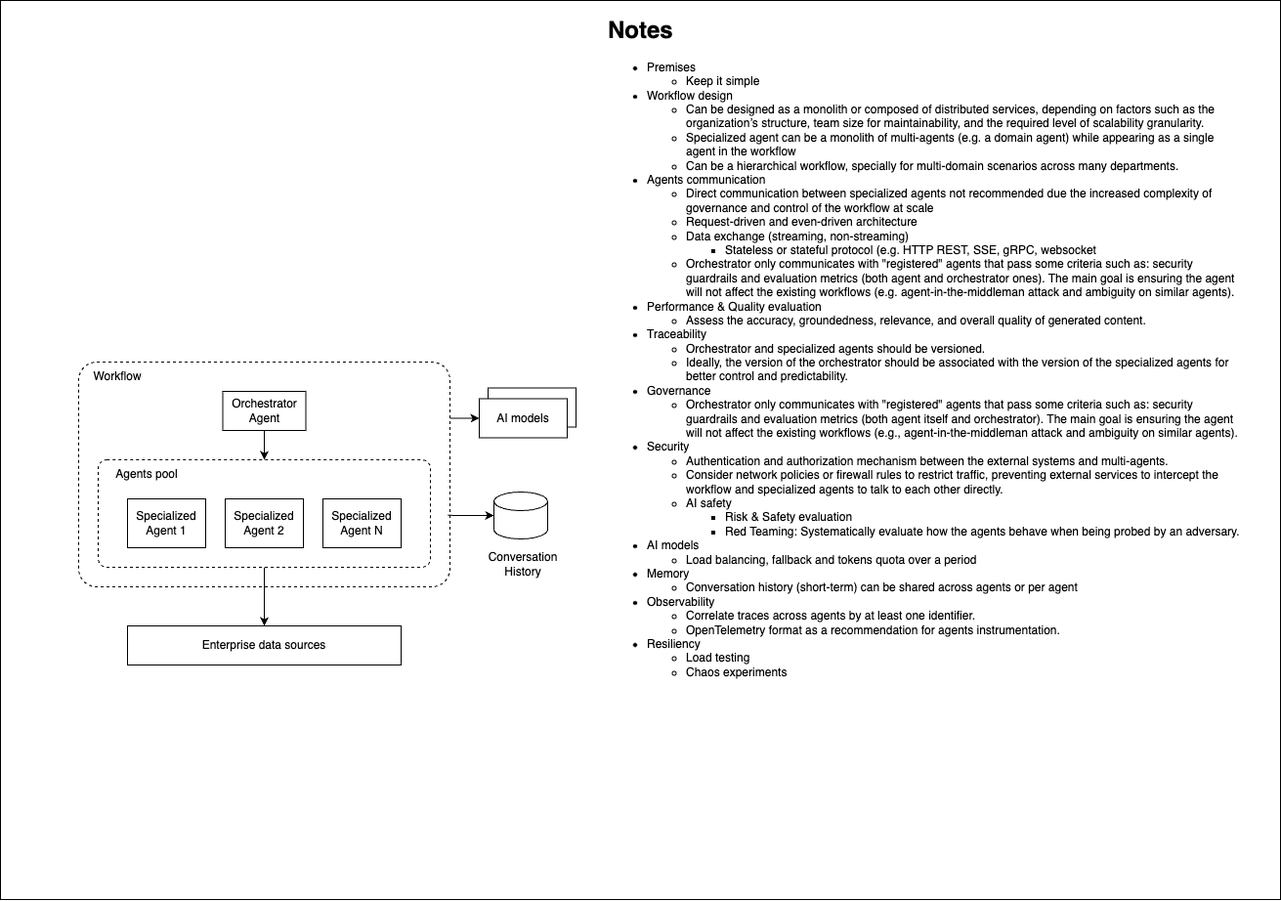
microsoft/multi-agent-reference-architecture keeps this draw.io diagram as docs/brainstorming.drawio.png. Above is the earlier version. Source tidied: cells renumbered, new cells last; positions are measured from the earlier drawing's top-left corner, leaving out a move shared by most shapes.
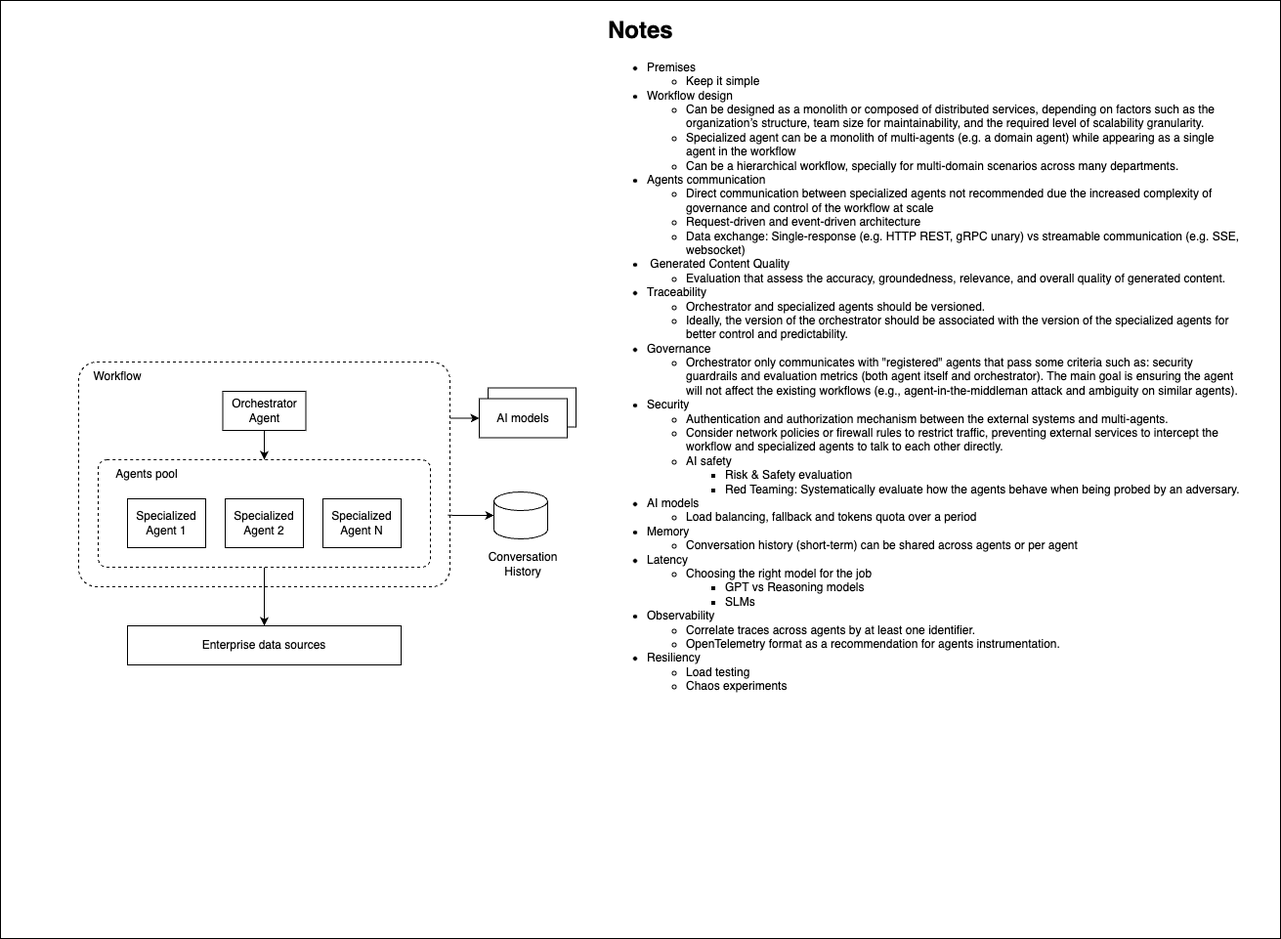
Above is the later version.

Commit message:
docs: brainstorming notes updated

What changed in the source:
```diff
@@ -3,7 +3,7 @@
     <mxCell id="0" />
     <mxCell id="1" parent="0" />
     <mxCell id="2" style="rounded=0;whiteSpace=wrap;html=1;" parent="1" vertex="1">
-      <mxGeometry width="1310" height="920" as="geometry" />
+      <mxGeometry width="1310" height="960" as="geometry" />
     </mxCell>
     <mxCell id="3" style="rounded=0;whiteSpace=wrap;html=1;" parent="1" vertex="1">
       <mxGeometry x="499" y="396.5" width="90" height="40" as="geometry" />
@@ -35,8 +35,8 @@
     <mxCell id="12" value="Agents pool" style="text;html=1;align=center;verticalAlign=middle;whiteSpace=wrap;rounded=0;" parent="1" vertex="1">
       <mxGeometry x="110" y="470" width="80" height="30" as="geometry" />
     </mxCell>
-    <mxCell id="13" value="&lt;h1 style=&quot;margin-top: 0px;&quot;&gt;&lt;font style=&quot;color: light-dark(rgb(0, 0, 0), rgb(255, 255, 255));&quot;&gt;Notes&lt;/font&gt;&lt;/h1&gt;&lt;p&gt;&lt;/p&gt;&lt;ul&gt;&lt;li&gt;&lt;font style=&quot;color: light-dark(rgb(0, 0, 0), rgb(255, 255, 255));&quot;&gt;Premises&lt;/font&gt;&lt;/li&gt;&lt;ul&gt;&lt;li&gt;&lt;font style=&quot;color: light-dark(rgb(0, 0, 0), rgb(255, 255, 255));&quot;&gt;Keep it simple&lt;/font&gt;&lt;/li&gt;&lt;/ul&gt;&lt;li&gt;&lt;font style=&quot;color: light-dark(rgb(0, 0, 0), rgb(255, 255, 255));&quot;&gt;Workflow design&lt;/font&gt;&lt;/li&gt;&lt;ul&gt;&lt;li&gt;&lt;font style=&quot;color: light-dark(rgb(0, 0, 0), rgb(255, 255, 255));&quot;&gt;Can be designed as a monolith or composed of distributed services, depending on factors such as the organization’s structure, team size for maintainability, and the required level of scalability granularity.&lt;/font&gt;&lt;/li&gt;&lt;li&gt;&lt;font style=&quot;color: light-dark(rgb(0, 0, 0), rgb(255, 255, 255));&quot;&gt;Specialized agent can be a monolith of multi-agents (e.g. a domain agent) while appearing as a single agent in the workflow&lt;/font&gt;&lt;/li&gt;&lt;li&gt;&lt;span&gt;&lt;font style=&quot;color: light-dark(rgb(0, 0, 0), rgb(255, 255, 255));&quot;&gt;Can be a hierarchical workflow, specially for multi-domain scenarios across many departments.&lt;/font&gt;&lt;/span&gt;&lt;/li&gt;&lt;/ul&gt;&lt;li&gt;&lt;font style=&quot;color: light-dark(rgb(0, 0, 0), rgb(255, 255, 255));&quot;&gt;Agents communication&lt;/font&gt;&lt;/li&gt;&lt;ul&gt;&lt;li&gt;&lt;font style=&quot;color: light-dark(rgb(0, 0, 0), rgb(255, 255, 255));&quot;&gt;Direct communication between specialized agents not recommended due the increased complexity of governance and control of the workflow at scale&lt;/font&gt;&lt;/li&gt;&lt;li&gt;&lt;font style=&quot;color: light-dark(rgb(0, 0, 0), rgb(255, 255, 255));&quot;&gt;Request-driven and even-driven architecture&lt;/font&gt;&lt;/li&gt;&lt;li&gt;&lt;font style=&quot;color: light-dark(rgb(0, 0, 0), rgb(255, 255, 255));&quot;&gt;Data exchange (streaming, non-streaming)&lt;/font&gt;&lt;/li&gt;&lt;ul&gt;&lt;li&gt;&lt;font style=&quot;color: light-dark(rgb(0, 0, 0), rgb(255, 255, 255));&quot;&gt;Stateless or stateful protocol (e.g. HTTP REST, SSE, gRPC, websocket&lt;/font&gt;&lt;/li&gt;&lt;/ul&gt;&lt;li&gt;&lt;font style=&quot;color: light-dark(rgb(0, 0, 0), rgb(255, 255, 255));&quot;&gt;Orchestrator only communicates with &quot;registered&quot; agents that pass some criteria such as: security guardrails and evaluation metrics (both agent and orchestrator ones). The main goal is ensuring the agent will not affect the existing workflows (e.g. agent-in-the-middleman attack and ambiguity on similar agents).&lt;/font&gt;&lt;/li&gt;&lt;/ul&gt;&lt;li&gt;Performance &amp;amp; Quality evaluation&lt;/li&gt;&lt;ul&gt;&lt;li&gt;Assess the accuracy, groundedness, relevance, and overall quality of generated content.&lt;/li&gt;&lt;/ul&gt;&lt;li&gt;&lt;font style=&quot;color: light-dark(rgb(0, 0, 0), rgb(255, 255, 255));&quot;&gt;Traceability&lt;/font&gt;&lt;/li&gt;&lt;ul&gt;&lt;li&gt;&lt;font style=&quot;color: light-dark(rgb(0, 0, 0), rgb(255, 255, 255));&quot;&gt;Orchestrator and specialized agents should be versioned.&lt;/font&gt;&lt;/li&gt;&lt;li&gt;&lt;font style=&quot;color: light-dark(rgb(0, 0, 0), rgb(255, 255, 255));&quot;&gt;Ideally, the version of the orchestrator should be associated with the version of the specialized agents for better control and predictability.&lt;/font&gt;&lt;/li&gt;&lt;/ul&gt;&lt;li&gt;&lt;font style=&quot;color: light-dark(rgb(0, 0, 0), rgb(255, 255, 255));&quot;&gt;Governance&lt;/font&gt;&lt;/li&gt;&lt;ul&gt;&lt;li&gt;&lt;font style=&quot;color: light-dark(rgb(0, 0, 0), rgb(255, 255, 255));&quot;&gt;Orchestrator only communicates with &quot;registered&quot; agents that pass some criteria such as: security guardrails and evaluation metrics (both agent itself and orchestrator). The main goal is ensuring the agent will not affect the existing workflows (e.g., agent-in-the-middleman attack and ambiguity on similar agents).&lt;/font&gt;&lt;/li&gt;&lt;/ul&gt;&lt;li&gt;&lt;font style=&quot;color: light-dark(rgb(0, 0, 0), rgb(255, 255, 255));&quot;&gt;Security&lt;/font&gt;&lt;/li&gt;&lt;ul&gt;&lt;li&gt;&lt;font style=&quot;color: light-dark(rgb(0, 0, 0), rgb(255, 255, 255));&quot;&gt;Authentication and authorization mechanism between the external systems and multi-agents.&lt;/font&gt;&lt;/li&gt;&lt;li&gt;&lt;font style=&quot;color: light-dark(rgb(0, 0, 0), rgb(255, 255, 255));&quot;&gt;Consider network policies or firewall rules to restrict traffic, preventing external services to intercept the workflow and specialized agents to talk to each other directly.&lt;/font&gt;&lt;/li&gt;&lt;li&gt;AI safety&lt;/li&gt;&lt;ul&gt;&lt;li&gt;Risk &amp;amp; Safety evaluation&lt;/li&gt;&lt;li&gt;Red Teaming: Systematically evaluate how the agents behave when being probed by an adversary.&lt;/li&gt;&lt;/ul&gt;&lt;/ul&gt;&lt;li&gt;AI models&lt;/li&gt;&lt;ul&gt;&lt;li&gt;Load balancing, fallback and tokens quota over a period&lt;/li&gt;&lt;/ul&gt;&lt;li&gt;Memory&lt;/li&gt;&lt;ul&gt;&lt;li&gt;Conversation history (short-term) can be shared across agents or per agent&lt;/li&gt;&lt;/ul&gt;&lt;li&gt;&lt;font style=&quot;color: light-dark(rgb(0, 0, 0), rgb(255, 255, 255));&quot;&gt;Observability&lt;/font&gt;&lt;/li&gt;&lt;ul&gt;&lt;li&gt;&lt;font style=&quot;color: light-dark(rgb(0, 0, 0), rgb(255, 255, 255));&quot;&gt;Correlate traces across agents by at least one identifier.&lt;/font&gt;&lt;/li&gt;&lt;li&gt;&lt;font style=&quot;color: light-dark(rgb(0, 0, 0), rgb(255, 255, 255));&quot;&gt;OpenTelemetry format as a recommendation for agents instrumentation.&lt;/font&gt;&lt;/li&gt;&lt;/ul&gt;&lt;li&gt;Resiliency&lt;/li&gt;&lt;ul&gt;&lt;li&gt;Load testing&lt;/li&gt;&lt;li&gt;Chaos experiments&lt;/li&gt;&lt;/ul&gt;&lt;/ul&gt;&lt;p&gt;&lt;/p&gt;" style="text;html=1;whiteSpace=wrap;overflow=hidden;rounded=0;" parent="1" vertex="1">
-      <mxGeometry x="620" y="10" width="650" height="900" as="geometry" />
+    <mxCell id="13" value="&lt;h1 style=&quot;margin-top: 0px;&quot;&gt;&lt;font style=&quot;color: light-dark(rgb(0, 0, 0), rgb(255, 255, 255));&quot;&gt;Notes&lt;/font&gt;&lt;/h1&gt;&lt;p&gt;&lt;/p&gt;&lt;ul&gt;&lt;li&gt;&lt;font style=&quot;color: light-dark(rgb(0, 0, 0), rgb(255, 255, 255));&quot;&gt;Premises&lt;/font&gt;&lt;/li&gt;&lt;ul&gt;&lt;li&gt;&lt;font style=&quot;color: light-dark(rgb(0, 0, 0), rgb(255, 255, 255));&quot;&gt;Keep it simple&lt;/font&gt;&lt;/li&gt;&lt;/ul&gt;&lt;li&gt;&lt;font style=&quot;color: light-dark(rgb(0, 0, 0), rgb(255, 255, 255));&quot;&gt;Workflow design&lt;/font&gt;&lt;/li&gt;&lt;ul&gt;&lt;li&gt;&lt;font style=&quot;color: light-dark(rgb(0, 0, 0), rgb(255, 255, 255));&quot;&gt;Can be designed as a monolith or composed of distributed services, depending on factors such as the organization’s structure, team size for maintainability, and the required level of scalability granularity.&lt;/font&gt;&lt;/li&gt;&lt;li&gt;&lt;font style=&quot;color: light-dark(rgb(0, 0, 0), rgb(255, 255, 255));&quot;&gt;Specialized agent can be a monolith of multi-agents (e.g. a domain agent) while appearing as a single agent in the workflow&lt;/font&gt;&lt;/li&gt;&lt;li&gt;&lt;span&gt;&lt;font style=&quot;color: light-dark(rgb(0, 0, 0), rgb(255, 255, 255));&quot;&gt;Can be a hierarchical workflow, specially for multi-domain scenarios across many departments.&lt;/font&gt;&lt;/span&gt;&lt;/li&gt;&lt;/ul&gt;&lt;li&gt;&lt;font style=&quot;color: light-dark(rgb(0, 0, 0), rgb(255, 255, 255));&quot;&gt;Agents communication&lt;/font&gt;&lt;/li&gt;&lt;ul&gt;&lt;li&gt;&lt;font style=&quot;color: light-dark(rgb(0, 0, 0), rgb(255, 255, 255));&quot;&gt;Direct communication between specialized agents not recommended due the increased complexity of governance and control of the workflow at scale&lt;/font&gt;&lt;/li&gt;&lt;li&gt;&lt;font style=&quot;color: light-dark(rgb(0, 0, 0), rgb(255, 255, 255));&quot;&gt;Request-driven and event-driven architecture&lt;/font&gt;&lt;/li&gt;&lt;li&gt;&lt;font style=&quot;color: light-dark(rgb(0, 0, 0), rgb(255, 255, 255));&quot;&gt;Data exchange: Single-response (e.g. HTTP REST, gRPC unary) vs streamable communication (e.g. SSE, websocket)&amp;nbsp;&lt;/font&gt;&lt;/li&gt;&lt;/ul&gt;&lt;li&gt;&amp;nbsp;Generated Content Quality&lt;/li&gt;&lt;ul&gt;&lt;li&gt;Evaluation that assess the accuracy, groundedness, relevance, and overall quality of generated content.&lt;/li&gt;&lt;/ul&gt;&lt;li&gt;&lt;font style=&quot;color: light-dark(rgb(0, 0, 0), rgb(255, 255, 255));&quot;&gt;Traceability&lt;/font&gt;&lt;/li&gt;&lt;ul&gt;&lt;li&gt;&lt;font style=&quot;color: light-dark(rgb(0, 0, 0), rgb(255, 255, 255));&quot;&gt;Orchestrator and specialized agents should be versioned.&lt;/font&gt;&lt;/li&gt;&lt;li&gt;&lt;font style=&quot;color: light-dark(rgb(0, 0, 0), rgb(255, 255, 255));&quot;&gt;Ideally, the version of the orchestrator should be associated with the version of the specialized agents for better control and predictability.&lt;/font&gt;&lt;/li&gt;&lt;/ul&gt;&lt;li&gt;&lt;font style=&quot;color: light-dark(rgb(0, 0, 0), rgb(255, 255, 255));&quot;&gt;Governance&lt;/font&gt;&lt;/li&gt;&lt;ul&gt;&lt;li&gt;&lt;font style=&quot;color: light-dark(rgb(0, 0, 0), rgb(255, 255, 255));&quot;&gt;Orchestrator only communicates with &quot;registered&quot; agents that pass some criteria such as: security guardrails and evaluation metrics (both agent itself and orchestrator). The main goal is ensuring the agent will not affect the existing workflows (e.g., agent-in-the-middleman attack and ambiguity on similar agents).&lt;/font&gt;&lt;/li&gt;&lt;/ul&gt;&lt;li&gt;&lt;font style=&quot;color: light-dark(rgb(0, 0, 0), rgb(255, 255, 255));&quot;&gt;Security&lt;/font&gt;&lt;/li&gt;&lt;ul&gt;&lt;li&gt;&lt;font style=&quot;color: light-dark(rgb(0, 0, 0), rgb(255, 255, 255));&quot;&gt;Authentication and authorization mechanism between the external systems and multi-agents.&lt;/font&gt;&lt;/li&gt;&lt;li&gt;&lt;font style=&quot;color: light-dark(rgb(0, 0, 0), rgb(255, 255, 255));&quot;&gt;Consider network policies or firewall rules to restrict traffic, preventing external services to intercept the workflow and specialized agents to talk to each other directly.&lt;/font&gt;&lt;/li&gt;&lt;li&gt;AI safety&lt;/li&gt;&lt;ul&gt;&lt;li&gt;Risk &amp;amp; Safety evaluation&lt;/li&gt;&lt;li&gt;Red Teaming: Systematically evaluate how the agents behave when being probed by an adversary.&lt;/li&gt;&lt;/ul&gt;&lt;/ul&gt;&lt;li&gt;AI models&lt;/li&gt;&lt;ul&gt;&lt;li&gt;Load balancing, fallback and tokens quota over a period&lt;/li&gt;&lt;/ul&gt;&lt;li&gt;Memory&lt;/li&gt;&lt;ul&gt;&lt;li&gt;Conversation history (short-term) can be shared across agents or per agent&lt;/li&gt;&lt;/ul&gt;&lt;li&gt;Latency&lt;/li&gt;&lt;ul&gt;&lt;li&gt;Choosing the right model for the job&lt;/li&gt;&lt;ul&gt;&lt;li&gt;GPT vs Reasoning models&lt;/li&gt;&lt;li&gt;SLMs&lt;/li&gt;&lt;/ul&gt;&lt;/ul&gt;&lt;li&gt;&lt;font style=&quot;color: light-dark(rgb(0, 0, 0), rgb(255, 255, 255));&quot;&gt;Observability&lt;/font&gt;&lt;/li&gt;&lt;ul&gt;&lt;li&gt;&lt;font style=&quot;color: light-dark(rgb(0, 0, 0), rgb(255, 255, 255));&quot;&gt;Correlate traces across agents by at least one identifier.&lt;/font&gt;&lt;/li&gt;&lt;li&gt;&lt;font style=&quot;color: light-dark(rgb(0, 0, 0), rgb(255, 255, 255));&quot;&gt;OpenTelemetry format as a recommendation for agents instrumentation.&lt;/font&gt;&lt;/li&gt;&lt;/ul&gt;&lt;li&gt;Resiliency&lt;/li&gt;&lt;ul&gt;&lt;li&gt;Load testing&lt;/li&gt;&lt;li&gt;Chaos experiments&lt;/li&gt;&lt;/ul&gt;&lt;/ul&gt;&lt;p&gt;&lt;/p&gt;" style="text;html=1;whiteSpace=wrap;overflow=hidden;rounded=0;" parent="1" vertex="1">
+      <mxGeometry x="620" y="10" width="650" height="940" as="geometry" />
     </mxCell>
     <mxCell id="14" value="Workflow" style="text;html=1;align=center;verticalAlign=middle;whiteSpace=wrap;rounded=0;" parent="1" vertex="1">
       <mxGeometry x="90" y="370" width="60" height="30" as="geometry" />
```
